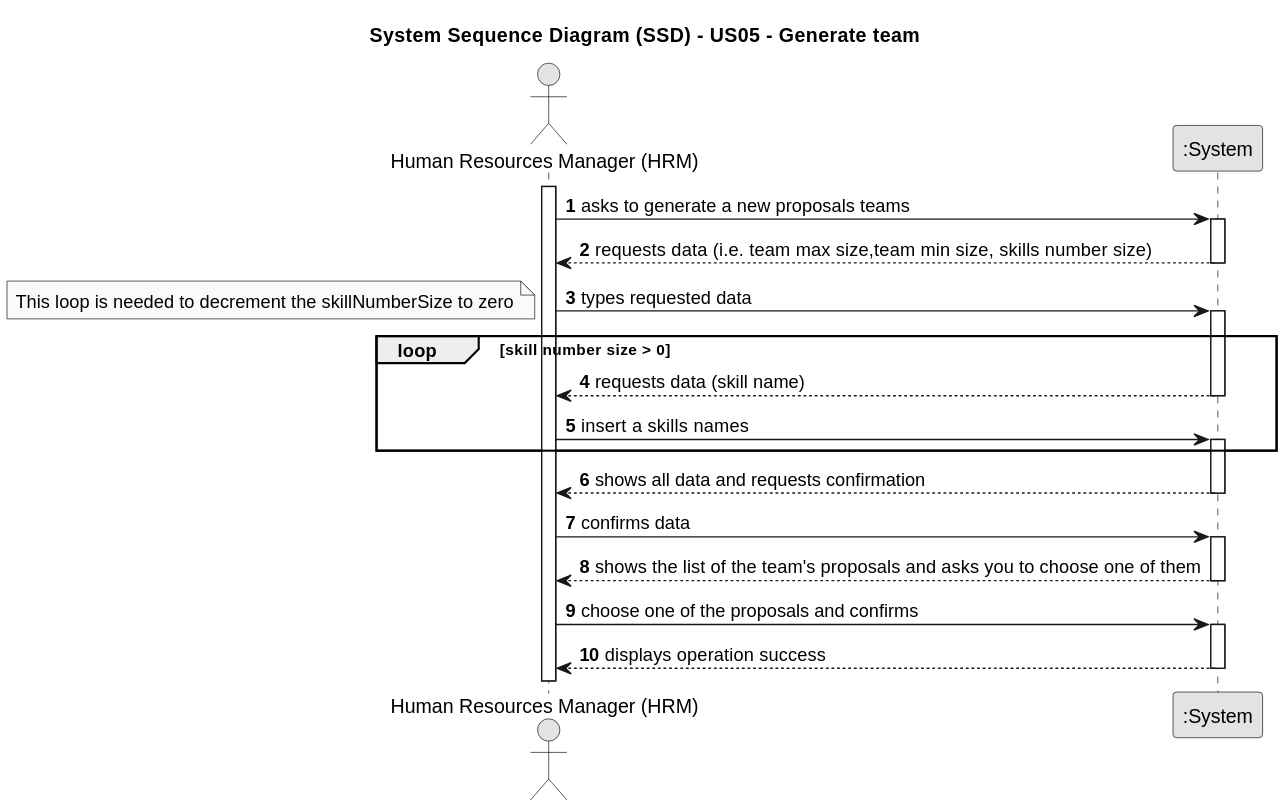
This is docs/sprint2/us05/01.requirements-engineering/svg/us05-system-sequence-diagram.svg from Departamento-de-Engenharia-Informatica/lei-24-s2-1db-g022, a PlantUML export, as it was before one commit.
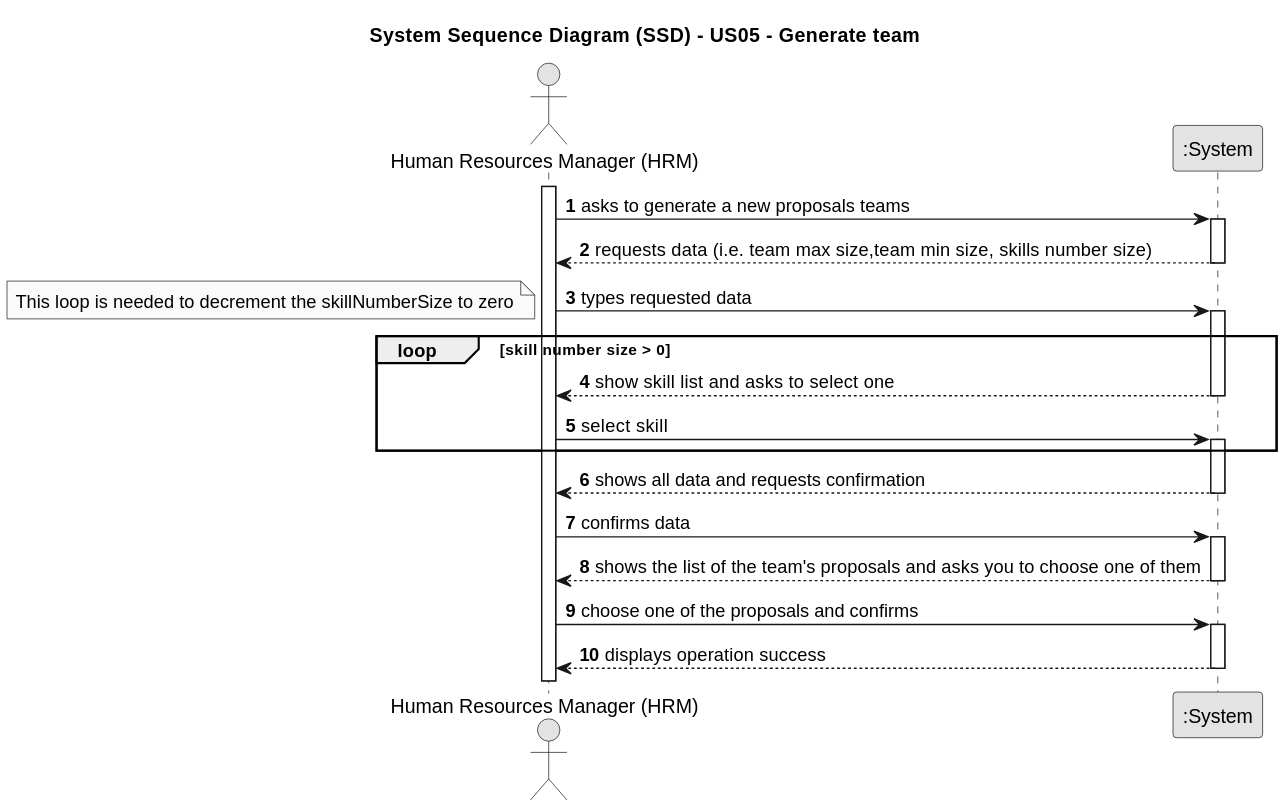
After the change.

Diff of the diagram source:
```diff
@@ -23,11 +23,11 @@
         loop skill number size > 0
         note left: This loop is needed to decrement the skillNumberSize to zero
 
-            System --> HRM : requests data (skill name)
+            System --> HRM : show skill list and asks to select one
 
     deactivate System
 
-            HRM -> System : insert a skills names
+            HRM -> System :select skill
     activate System
         end loop
 
```
